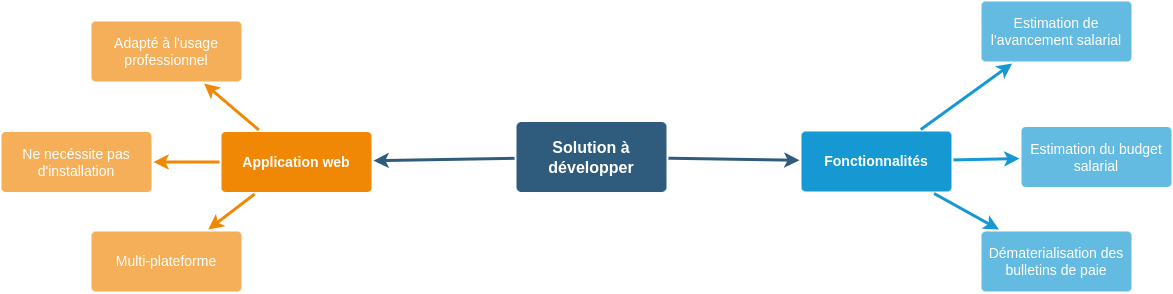
Pericles001/oprs_payroll_system keeps this draw.io diagram as resources/diagrams/features.drawio.png. Above is the earlier version. Source tidied: cells renumbered, new cells last; positions are measured from the earlier drawing's top-left corner, leaving out a move shared by most shapes.
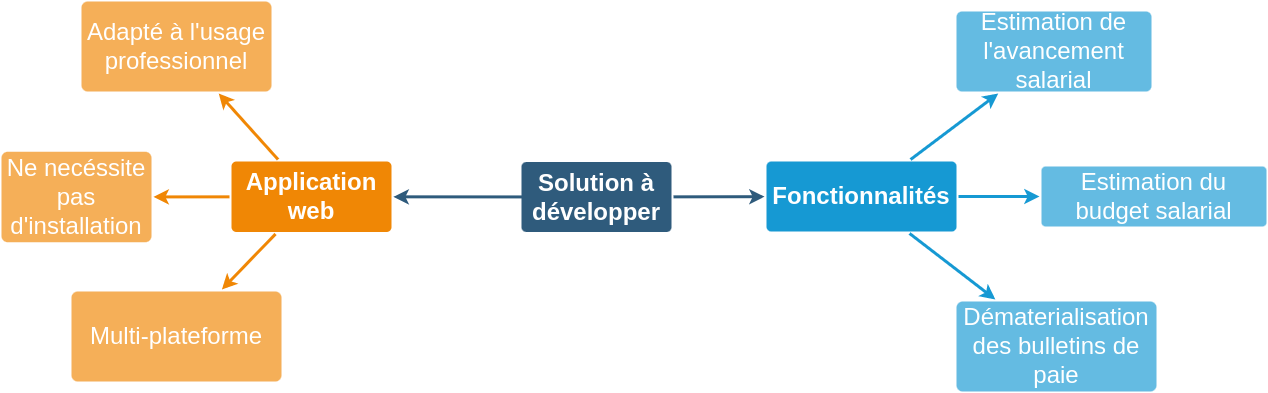
Above is the later version.

The edit, as a diff of the source:
```diff
@@ -2,14 +2,16 @@
   <root>
     <mxCell id="0" />
     <mxCell id="1" parent="0" />
-    <mxCell id="2" style="edgeStyle=none;rounded=0;jumpStyle=none;html=1;shadow=0;labelBackgroundColor=none;startArrow=none;startFill=0;endArrow=classic;endFill=1;jettySize=auto;strokeColor=#2F5B7C;strokeWidth=3;fontFamily=Helvetica;fontSize=16;fontColor=#23445D;spacing=5;" parent="1" edge="1" source="4" target="12">
-      <mxGeometry relative="1" as="geometry" />
+    <mxCell id="2" style="edgeStyle=none;rounded=0;jumpStyle=none;html=1;shadow=0;labelBackgroundColor=none;startArrow=none;startFill=0;endArrow=classic;endFill=1;jettySize=auto;strokeColor=#2F5B7C;strokeWidth=3;fontFamily=Helvetica;fontSize=16;fontColor=#23445D;spacing=5;" parent="1" edge="1" target="12">
+      <mxGeometry relative="1" as="geometry">
+        <mxPoint x="343" y="145.4" as="sourcePoint" />
+      </mxGeometry>
     </mxCell>
     <mxCell id="3" style="edgeStyle=none;rounded=0;jumpStyle=none;html=1;shadow=0;labelBackgroundColor=none;startArrow=none;startFill=0;endArrow=classic;endFill=1;jettySize=auto;strokeColor=#2F5B7C;strokeWidth=3;fontFamily=Helvetica;fontSize=16;fontColor=#23445D;spacing=5;" parent="1" edge="1" source="4" target="8">
       <mxGeometry relative="1" as="geometry" />
     </mxCell>
-    <mxCell id="4" value="Solution à développer" style="rounded=1;whiteSpace=wrap;html=1;shadow=0;labelBackgroundColor=none;strokeColor=none;strokeWidth=3;fillColor=#2F5B7C;fontFamily=Helvetica;fontSize=16;fontColor=#FFFFFF;align=center;fontStyle=1;spacing=5;arcSize=7;perimeterSpacing=2;" parent="1" vertex="1">
-      <mxGeometry x="515" y="120.5" width="150" height="70" as="geometry" />
+    <mxCell id="4" value="&lt;font style=&quot;font-size: 24px&quot;&gt;Solution à développer&lt;/font&gt;" style="rounded=1;whiteSpace=wrap;html=1;shadow=0;labelBackgroundColor=none;strokeColor=none;strokeWidth=3;fillColor=#2F5B7C;fontFamily=Helvetica;fontSize=16;fontColor=#FFFFFF;align=center;fontStyle=1;spacing=5;arcSize=7;perimeterSpacing=2;" parent="1" vertex="1">
+      <mxGeometry x="340" y="110.5" width="150" height="70" as="geometry" />
     </mxCell>
     <mxCell id="5" style="edgeStyle=none;rounded=0;jumpStyle=none;html=1;shadow=0;labelBackgroundColor=none;startArrow=none;startFill=0;endArrow=classic;endFill=1;jettySize=auto;strokeColor=#1699D3;strokeWidth=3;fontFamily=Helvetica;fontSize=14;fontColor=#FFFFFF;spacing=5;" parent="1" edge="1" source="8" target="11">
       <mxGeometry relative="1" as="geometry" />
@@ -20,35 +22,35 @@
     <mxCell id="7" style="edgeStyle=none;rounded=0;jumpStyle=none;html=1;shadow=0;labelBackgroundColor=none;startArrow=none;startFill=0;endArrow=classic;endFill=1;jettySize=auto;strokeColor=#1699D3;strokeWidth=3;fontFamily=Helvetica;fontSize=14;fontColor=#FFFFFF;spacing=5;" parent="1" edge="1" source="8" target="9">
       <mxGeometry relative="1" as="geometry" />
     </mxCell>
-    <mxCell id="8" value="Fonctionnalités" style="rounded=1;whiteSpace=wrap;html=1;shadow=0;labelBackgroundColor=none;strokeColor=none;strokeWidth=3;fillColor=#1699d3;fontFamily=Helvetica;fontSize=14;fontColor=#FFFFFF;align=center;spacing=5;fontStyle=1;arcSize=7;perimeterSpacing=2;" parent="1" vertex="1">
-      <mxGeometry x="800" y="130" width="150" height="60" as="geometry" />
+    <mxCell id="8" value="&lt;font style=&quot;font-size: 24px&quot;&gt;Fonctionnalités&lt;/font&gt;" style="rounded=1;whiteSpace=wrap;html=1;shadow=0;labelBackgroundColor=none;strokeColor=none;strokeWidth=3;fillColor=#1699d3;fontFamily=Helvetica;fontSize=14;fontColor=#FFFFFF;align=center;spacing=5;fontStyle=1;arcSize=7;perimeterSpacing=2;" parent="1" vertex="1">
+      <mxGeometry x="585" y="110" width="190" height="70" as="geometry" />
     </mxCell>
-    <mxCell id="9" value="Estimation de l'avancement salarial" style="rounded=1;whiteSpace=wrap;html=1;shadow=0;labelBackgroundColor=none;strokeColor=none;strokeWidth=3;fillColor=#64bbe2;fontFamily=Helvetica;fontSize=14;fontColor=#FFFFFF;align=center;spacing=5;arcSize=7;perimeterSpacing=2;" parent="1" vertex="1">
-      <mxGeometry x="980" width="150" height="60" as="geometry" />
+    <mxCell id="9" value="&lt;font style=&quot;font-size: 24px&quot;&gt;Estimation de l'avancement salarial&lt;/font&gt;" style="rounded=1;whiteSpace=wrap;html=1;shadow=0;labelBackgroundColor=none;strokeColor=none;strokeWidth=3;fillColor=#64bbe2;fontFamily=Helvetica;fontSize=14;fontColor=#FFFFFF;align=center;spacing=5;arcSize=7;perimeterSpacing=2;" parent="1" vertex="1">
+      <mxGeometry x="775" y="-40" width="195" height="80" as="geometry" />
     </mxCell>
-    <mxCell id="10" value="Estimation du budget salarial" style="rounded=1;whiteSpace=wrap;html=1;shadow=0;labelBackgroundColor=none;strokeColor=none;strokeWidth=3;fillColor=#64bbe2;fontFamily=Helvetica;fontSize=14;fontColor=#FFFFFF;align=center;spacing=5;arcSize=7;perimeterSpacing=2;" parent="1" vertex="1">
-      <mxGeometry x="1020" y="125.5" width="150" height="60" as="geometry" />
+    <mxCell id="10" value="&lt;font style=&quot;font-size: 24px&quot;&gt;Estimation du budget salarial&lt;/font&gt;" style="rounded=1;whiteSpace=wrap;html=1;shadow=0;labelBackgroundColor=none;strokeColor=none;strokeWidth=3;fillColor=#64bbe2;fontFamily=Helvetica;fontSize=14;fontColor=#FFFFFF;align=center;spacing=5;arcSize=7;perimeterSpacing=2;" parent="1" vertex="1">
+      <mxGeometry x="860" y="115" width="225" height="60" as="geometry" />
     </mxCell>
-    <mxCell id="11" value="Dématerialisation des bulletins de paie" style="rounded=1;whiteSpace=wrap;html=1;shadow=0;labelBackgroundColor=none;strokeColor=none;strokeWidth=3;fillColor=#64bbe2;fontFamily=Helvetica;fontSize=14;fontColor=#FFFFFF;align=center;spacing=5;arcSize=7;perimeterSpacing=2;" parent="1" vertex="1">
-      <mxGeometry x="980" y="230" width="150" height="60" as="geometry" />
+    <mxCell id="11" value="&lt;font style=&quot;font-size: 24px&quot;&gt;Dématerialisation des bulletins de paie&lt;/font&gt;" style="rounded=1;whiteSpace=wrap;html=1;shadow=0;labelBackgroundColor=none;strokeColor=none;strokeWidth=3;fillColor=#64bbe2;fontFamily=Helvetica;fontSize=14;fontColor=#FFFFFF;align=center;spacing=5;arcSize=7;perimeterSpacing=2;" parent="1" vertex="1">
+      <mxGeometry x="775" y="250" width="200" height="90" as="geometry" />
     </mxCell>
-    <mxCell id="12" value="Application web" style="rounded=1;whiteSpace=wrap;html=1;shadow=0;labelBackgroundColor=none;strokeColor=none;strokeWidth=3;fillColor=#F08705;fontFamily=Helvetica;fontSize=14;fontColor=#FFFFFF;align=center;spacing=5;fontStyle=1;arcSize=7;perimeterSpacing=2;" parent="1" vertex="1">
-      <mxGeometry x="220" y="130.5" width="150" height="60" as="geometry" />
+    <mxCell id="12" value="&lt;font style=&quot;font-size: 24px&quot;&gt;Application web&lt;/font&gt;" style="rounded=1;whiteSpace=wrap;html=1;shadow=0;labelBackgroundColor=none;strokeColor=none;strokeWidth=3;fillColor=#F08705;fontFamily=Helvetica;fontSize=14;fontColor=#FFFFFF;align=center;spacing=5;fontStyle=1;arcSize=7;perimeterSpacing=2;" parent="1" vertex="1">
+      <mxGeometry x="50" y="110" width="160" height="70.5" as="geometry" />
     </mxCell>
-    <mxCell id="13" value="Multi-plateforme" style="rounded=1;whiteSpace=wrap;html=1;shadow=0;labelBackgroundColor=none;strokeColor=none;strokeWidth=3;fillColor=#f5af58;fontFamily=Helvetica;fontSize=14;fontColor=#FFFFFF;align=center;spacing=5;arcSize=7;perimeterSpacing=2;" parent="1" vertex="1">
-      <mxGeometry x="90" y="230" width="150" height="60" as="geometry" />
+    <mxCell id="13" value="&lt;font style=&quot;font-size: 24px&quot;&gt;Multi-plateforme&lt;/font&gt;" style="rounded=1;whiteSpace=wrap;html=1;shadow=0;labelBackgroundColor=none;strokeColor=none;strokeWidth=3;fillColor=#f5af58;fontFamily=Helvetica;fontSize=14;fontColor=#FFFFFF;align=center;spacing=5;arcSize=7;perimeterSpacing=2;" parent="1" vertex="1">
+      <mxGeometry x="-110" y="240" width="210" height="90" as="geometry" />
     </mxCell>
     <mxCell id="14" style="edgeStyle=none;rounded=0;jumpStyle=none;html=1;shadow=0;labelBackgroundColor=none;startArrow=none;startFill=0;endArrow=classic;endFill=1;jettySize=auto;strokeColor=#F08705;strokeWidth=3;fontFamily=Helvetica;fontSize=14;fontColor=#FFFFFF;spacing=5;" parent="1" edge="1" source="12" target="13">
       <mxGeometry relative="1" as="geometry" />
     </mxCell>
-    <mxCell id="15" value="Ne necéssite pas d'installation" style="rounded=1;whiteSpace=wrap;html=1;shadow=0;labelBackgroundColor=none;strokeColor=none;strokeWidth=3;fillColor=#f5af58;fontFamily=Helvetica;fontSize=14;fontColor=#FFFFFF;align=center;spacing=5;arcSize=7;perimeterSpacing=2;" parent="1" vertex="1">
-      <mxGeometry y="130.5" width="150" height="60" as="geometry" />
+    <mxCell id="15" value="&lt;font style=&quot;font-size: 24px&quot;&gt;Ne necéssite pas d'installation&lt;/font&gt;" style="rounded=1;whiteSpace=wrap;html=1;shadow=0;labelBackgroundColor=none;strokeColor=none;strokeWidth=3;fillColor=#f5af58;fontFamily=Helvetica;fontSize=14;fontColor=#FFFFFF;align=center;spacing=5;arcSize=7;perimeterSpacing=2;" parent="1" vertex="1">
+      <mxGeometry x="-180" y="100.2" width="150" height="90.5" as="geometry" />
     </mxCell>
     <mxCell id="16" style="edgeStyle=none;rounded=0;jumpStyle=none;html=1;shadow=0;labelBackgroundColor=none;startArrow=none;startFill=0;endArrow=classic;endFill=1;jettySize=auto;strokeColor=#F08705;strokeWidth=3;fontFamily=Helvetica;fontSize=14;fontColor=#FFFFFF;spacing=5;" parent="1" edge="1" source="12" target="15">
       <mxGeometry relative="1" as="geometry" />
     </mxCell>
-    <mxCell id="17" value="Adapté à l'usage professionnel" style="rounded=1;whiteSpace=wrap;html=1;shadow=0;labelBackgroundColor=none;strokeColor=none;strokeWidth=3;fillColor=#f5af58;fontFamily=Helvetica;fontSize=14;fontColor=#FFFFFF;align=center;spacing=5;arcSize=7;perimeterSpacing=2;" parent="1" vertex="1">
-      <mxGeometry x="90" y="20" width="150" height="60" as="geometry" />
+    <mxCell id="17" value="&lt;font style=&quot;font-size: 24px&quot;&gt;Adapté à l'usage professionnel&lt;/font&gt;" style="rounded=1;whiteSpace=wrap;html=1;shadow=0;labelBackgroundColor=none;strokeColor=none;strokeWidth=3;fillColor=#f5af58;fontFamily=Helvetica;fontSize=14;fontColor=#FFFFFF;align=center;spacing=5;arcSize=7;perimeterSpacing=2;" parent="1" vertex="1">
+      <mxGeometry x="-100" y="-50" width="190" height="90" as="geometry" />
     </mxCell>
     <mxCell id="18" style="edgeStyle=none;rounded=0;jumpStyle=none;html=1;shadow=0;labelBackgroundColor=none;startArrow=none;startFill=0;endArrow=classic;endFill=1;jettySize=auto;strokeColor=#F08705;strokeWidth=3;fontFamily=Helvetica;fontSize=14;fontColor=#FFFFFF;spacing=5;" parent="1" edge="1" source="12" target="17">
       <mxGeometry relative="1" as="geometry" />
```
